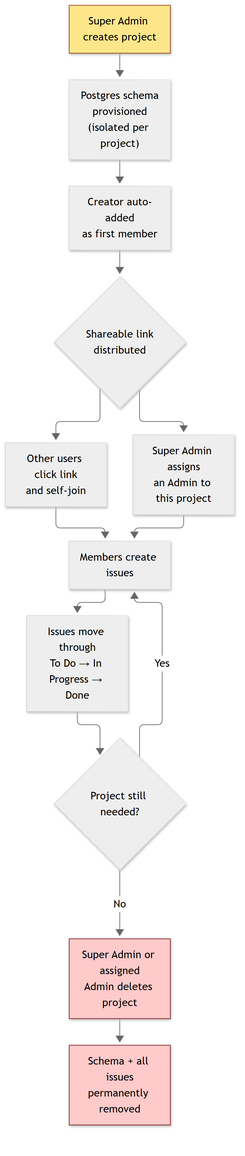
Above: docs/diagrams/flow-project-lifecycle.png in parutworkmail/Project-Tracker (Mermaid), before the change. Its source is kept beside it as docs/diagrams/flow-project-lifecycle.mmd.
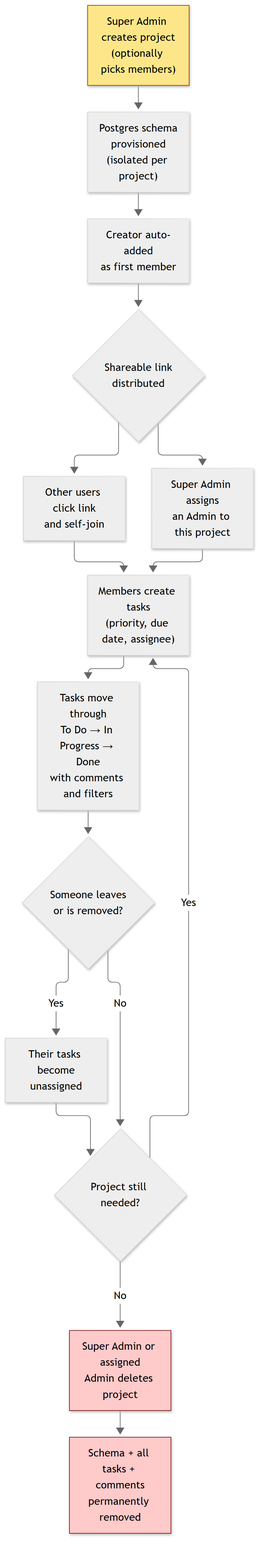
After the commit.

What changed in the source:
```diff
@@ -1,17 +1,20 @@
 %%{init: {'theme': 'neutral'}}%%
 flowchart TD
-    A["Super Admin creates project"] --> B["Postgres schema<br/>provisioned<br/>(isolated per project)"]
+    A["Super Admin creates project<br/>(optionally picks members)"] --> B["Postgres schema<br/>provisioned<br/>(isolated per project)"]
     B --> C["Creator auto-added<br/>as first member"]
     C --> D{"Shareable link<br/>distributed"}
     D --> E["Other users click link<br/>and self-join"]
     D --> F["Super Admin assigns<br/>an Admin to this project"]
-    E --> G["Members create issues"]
+    E --> G["Members create tasks<br/>(priority, due date, assignee)"]
     F --> G
-    G --> H["Issues move through<br/>To Do → In Progress → Done"]
-    H --> I{"Project still needed?"}
+    G --> H["Tasks move through<br/>To Do → In Progress → Done<br/>with comments and filters"]
+    H --> L{"Someone leaves<br/>or is removed?"}
+    L -->|Yes| M["Their tasks become<br/>unassigned"]
+    M --> I
+    L -->|No| I{"Project still needed?"}
     I -->|Yes| G
     I -->|No| J["Super Admin or assigned<br/>Admin deletes project"]
-    J --> K["Schema + all issues<br/>permanently removed"]
+    J --> K["Schema + all tasks + comments<br/>permanently removed"]
 
     style A fill:#fde68a,stroke:#92400e
     style J fill:#fecaca,stroke:#7f1d1d
```
